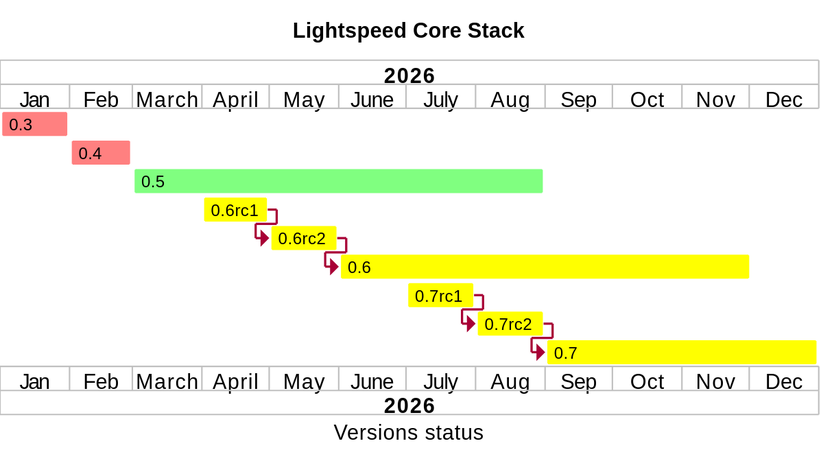
The PlantUML diagram docs/version_status.svg in radofuchs/lightspeed-stack, before a commit. The source it was exported from:
```plantuml
@startgantt
skin rose
skinparam dpi 150

title Lightspeed Core Stack
caption Versions status
project starts 2026-01-01
printscale monthly

[0.3] starts 2026-01-01 and ends 2026-01-31 and is colored in #ff8080
[0.4] starts 2026-02-01 and ends 2026-02-28 and is colored in #ff8080
[0.5] starts 2026-03-01 and ends 2026-08-31 and is colored in #80ff80
[0.6rc1] starts 2026-04-01 and ends 2026-04-30 and is colored in yellow
[0.6rc2] starts 2026-05-01 and ends 2026-05-31 and is colored in yellow
[0.6rc2] starts after [0.6rc1]'s end
[0.6] starts 2026-06-01 and ends 2026-11-31 and is colored in yellow
[0.6] starts after [0.6rc2]'s end
[0.7rc1] starts 2026-07-01 and ends 2026-07-31 and is colored in yellow
[0.7rc2] starts 2026-08-01 and ends 2026-08-31 and is colored in yellow
[0.7rc2] starts after [0.7rc1]'s end
[0.7] starts 2026-09-01 and ends 2026-12-31 and is colored in yellow
[0.7] starts after [0.7rc2]'s end

@endgantt
```
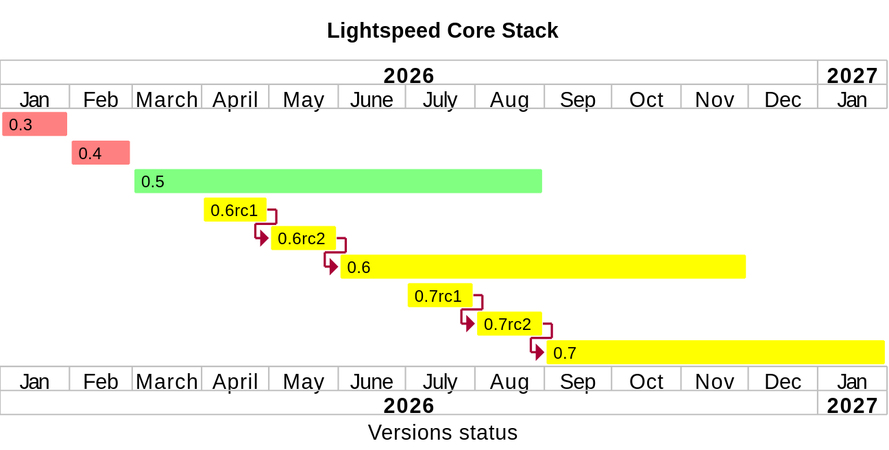
After the change.

The edit, as a diff of the source:
```diff
@@ -13,12 +13,12 @@
 [0.6rc1] starts 2026-04-01 and ends 2026-04-30 and is colored in yellow
 [0.6rc2] starts 2026-05-01 and ends 2026-05-31 and is colored in yellow
 [0.6rc2] starts after [0.6rc1]'s end
-[0.6] starts 2026-06-01 and ends 2026-11-31 and is colored in yellow
+[0.6] starts 2026-06-01 and ends 2026-11-30 and is colored in yellow
 [0.6] starts after [0.6rc2]'s end
 [0.7rc1] starts 2026-07-01 and ends 2026-07-31 and is colored in yellow
 [0.7rc2] starts 2026-08-01 and ends 2026-08-31 and is colored in yellow
 [0.7rc2] starts after [0.7rc1]'s end
-[0.7] starts 2026-09-01 and ends 2026-12-31 and is colored in yellow
+[0.7] starts 2026-09-01 and ends 2027-01-31 and is colored in yellow
 [0.7] starts after [0.7rc2]'s end
 
 @endgantt
```
